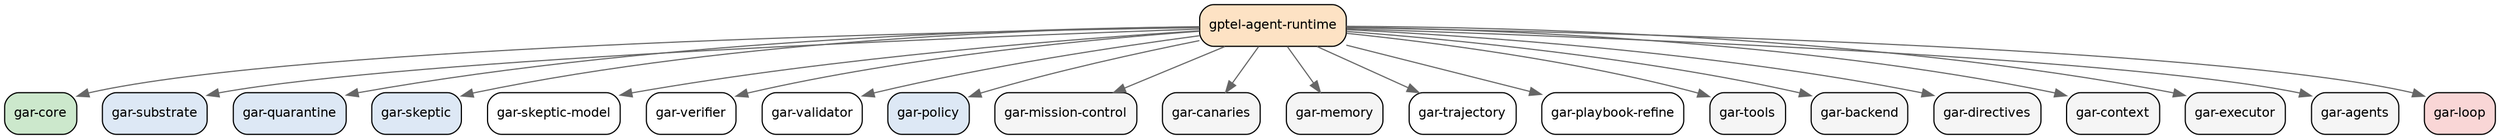
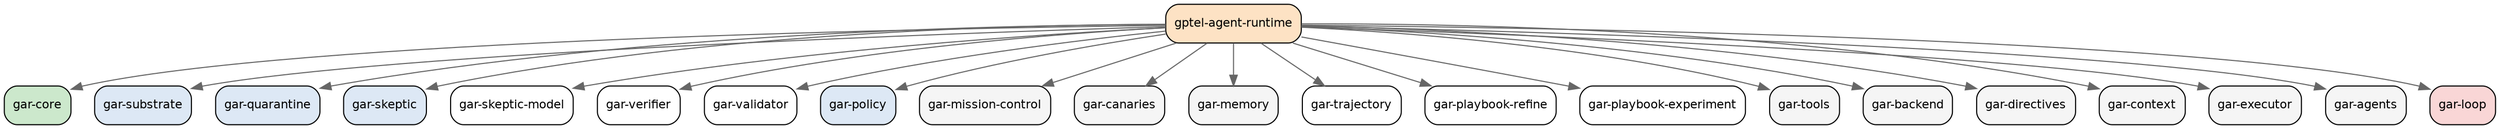
// Auto-generated by scripts/refresh-dep-graph.el. Do not edit by hand.
// Edges point from a module to the modules it (require)s.
digraph gptel_agent_runtime {
  rankdir=TB;
  node [shape=box, style="rounded,filled", fontname="Helvetica", fontsize=11];
  edge [fontname="Helvetica", fontsize=9, color="#666666"];
  graph [splines=true, nodesep=0.3, ranksep=0.55];
  "gptel-agent-runtime" [label="gptel-agent-runtime", fillcolor="#fde2c4", ordering="out"];
  "gar-core" [label="gar-core", fillcolor="#cce8cc"];
  "gar-substrate" [label="gar-substrate", fillcolor="#dde8f5"];
  "gar-quarantine" [label="gar-quarantine", fillcolor="#dde8f5"];
  "gar-skeptic" [label="gar-skeptic", fillcolor="#dde8f5"];
  "gar-skeptic-model" [label="gar-skeptic-model", fillcolor="#ffffff"];
  "gar-verifier" [label="gar-verifier", fillcolor="#ffffff"];
  "gar-validator" [label="gar-validator", fillcolor="#ffffff"];
  "gar-policy" [label="gar-policy", fillcolor="#dde8f5"];
  "gar-mission-control" [label="gar-mission-control", fillcolor="#f5f5f5"];
  "gar-canaries" [label="gar-canaries", fillcolor="#f5f5f5"];
  "gar-memory" [label="gar-memory", fillcolor="#f5f5f5"];
  "gar-trajectory" [label="gar-trajectory", fillcolor="#ffffff"];
  "gar-playbook-refine" [label="gar-playbook-refine", fillcolor="#ffffff"];
+   "gar-playbook-experiment" [label="gar-playbook-experiment", fillcolor="#ffffff"];
  "gar-tools" [label="gar-tools", fillcolor="#f5f5f5"];
  "gar-backend" [label="gar-backend", fillcolor="#f5f5f5"];
  "gar-directives" [label="gar-directives", fillcolor="#f5f5f5"];
  "gar-context" [label="gar-context", fillcolor="#f5f5f5"];
  "gar-executor" [label="gar-executor", fillcolor="#f5f5f5"];
  "gar-agents" [label="gar-agents", fillcolor="#f5f5f5"];
  "gar-loop" [label="gar-loop", fillcolor="#f9d6d6"];
  "gptel-agent-runtime" -> "gar-core";
  "gptel-agent-runtime" -> "gar-substrate";
  "gptel-agent-runtime" -> "gar-quarantine";
  "gptel-agent-runtime" -> "gar-skeptic";
  "gptel-agent-runtime" -> "gar-skeptic-model";
  "gptel-agent-runtime" -> "gar-verifier";
  "gptel-agent-runtime" -> "gar-validator";
  "gptel-agent-runtime" -> "gar-policy";
  "gptel-agent-runtime" -> "gar-mission-control";
  "gptel-agent-runtime" -> "gar-canaries";
  "gptel-agent-runtime" -> "gar-memory";
  "gptel-agent-runtime" -> "gar-trajectory";
  "gptel-agent-runtime" -> "gar-playbook-refine";
+   "gptel-agent-runtime" -> "gar-playbook-experiment";
  "gptel-agent-runtime" -> "gar-tools";
  "gptel-agent-runtime" -> "gar-backend";
  "gptel-agent-runtime" -> "gar-directives";
  "gptel-agent-runtime" -> "gar-context";
  "gptel-agent-runtime" -> "gar-executor";
  "gptel-agent-runtime" -> "gar-agents";
  "gptel-agent-runtime" -> "gar-loop";
}
